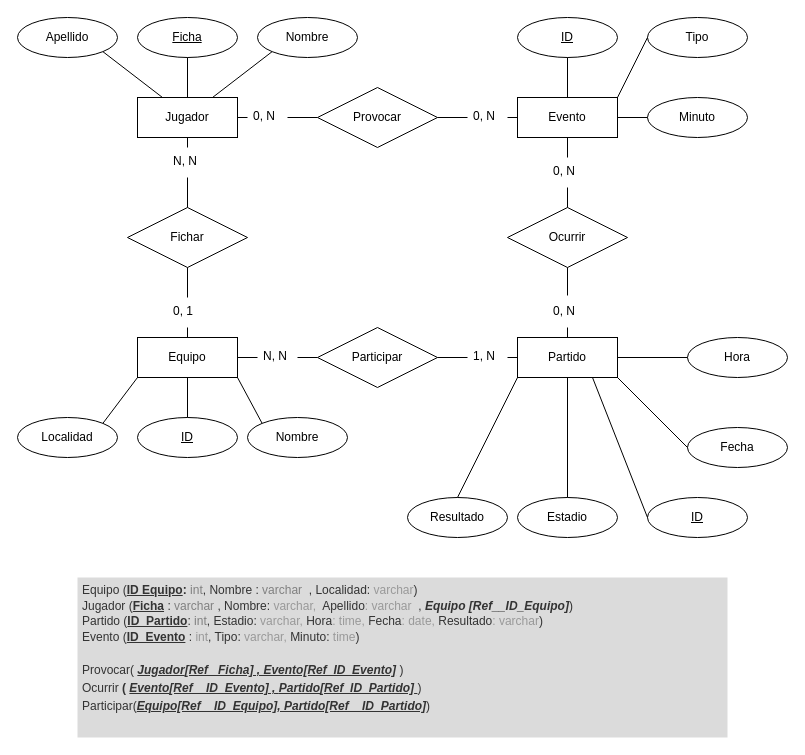
jordimall/jmg-tsys-ta12diagramasER-drawio-111023 keeps this draw.io diagram as Diagramas/Actividad_10_C3_UD12.drawio. Above is the earlier version. Source tidied: cells renumbered, new cells numbered last; positions are measured from the earlier drawing's top-left corner, leaving out a move shared by most shapes. Both pictures are drawn from the tidied source at 100%, with x=0, y=0 at pixel (17, 17).
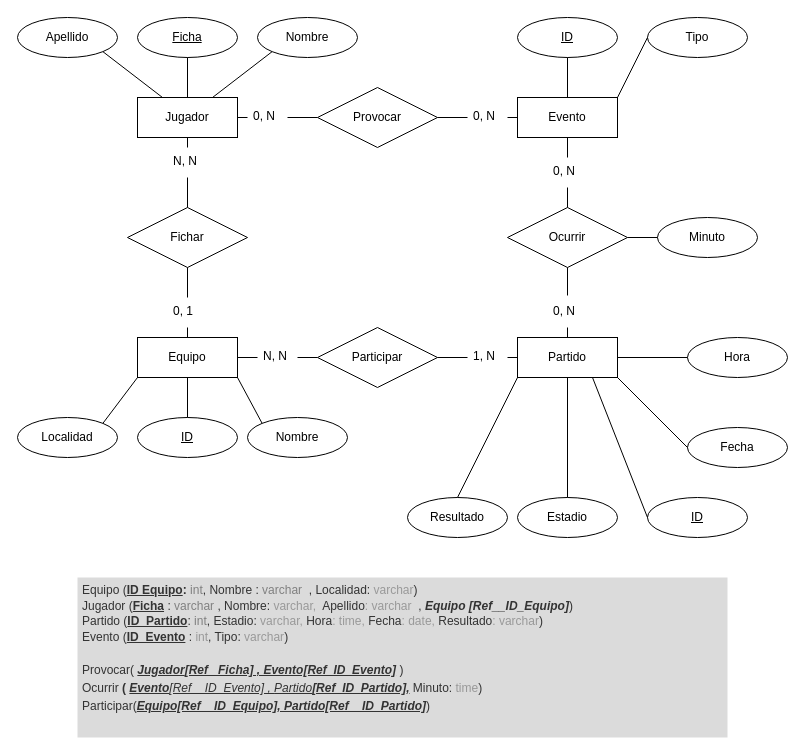
The same diagram, later.

Unchanged cells that the change refers to:
```xml
<mxCell id="24" value="Ocurrir" style="shape=rhombus;perimeter=rhombusPerimeter;whiteSpace=wrap;html=1;align=center;" parent="1" vertex="1">
  <mxGeometry x="490" y="190" width="120" height="60" as="geometry" />
</mxCell>
<mxCell id="25" value="Evento" style="whiteSpace=wrap;html=1;align=center;" parent="1" vertex="1">
  <mxGeometry x="500" y="80" width="100" height="40" as="geometry" />
</mxCell>
```

Diff of the diagram source:
```diff
@@
     <mxCell id="27" value="Minuto" style="ellipse;whiteSpace=wrap;html=1;align=center;" parent="1" vertex="1">
-      <mxGeometry x="630" y="80" width="100" height="40" as="geometry" />
+      <mxGeometry x="640" y="200" width="100" height="40" as="geometry" />
     </mxCell>
@@
-    <mxCell id="61" style="endArrow=none;html=1;rounded=0;exitX=1;exitY=0.5;exitDx=0;exitDy=0;entryX=0;entryY=0.5;entryDx=0;entryDy=0;" parent="1" edge="1" source="25" target="27">
+    <mxCell id="61" style="endArrow=none;html=1;rounded=0;exitX=1;exitY=0.5;exitDx=0;exitDy=0;entryX=0;entryY=0.5;entryDx=0;entryDy=0;" parent="1" edge="1" source="24" target="27">
       <mxGeometry relative="1" as="geometry" />
     </mxCell>
-    <mxCell id="62" value="&lt;h1 style=&quot;line-height: 150%;&quot;&gt;&lt;div style=&quot;border-color: var(--border-color); font-size: 12px; line-height: 130%;&quot;&gt;&lt;font style=&quot;border-color: var(--border-color);&quot;&gt;&lt;span style=&quot;border-color: var(--border-color);&quot;&gt;&lt;span style=&quot;border-color: var(--border-color);&quot;&gt;&lt;span style=&quot;font-weight: 400;&quot;&gt;Equipo (&lt;/span&gt;&lt;u style=&quot;&quot;&gt;ID Equipo&lt;/u&gt;&lt;/span&gt;&lt;span style=&quot;border-color: var(--border-color);&quot;&gt;:&lt;/span&gt;&lt;font style=&quot;font-weight: 400; border-color: var(--border-color);&quot; color=&quot;#808080&quot;&gt;&amp;nbsp;int&lt;/font&gt;&lt;span style=&quot;font-weight: 400;&quot;&gt;, Nombre : &lt;font color=&quot;#808080&quot;&gt;varchar&lt;/font&gt;&lt;/span&gt;&lt;span style=&quot;font-weight: 400;&quot;&gt;&amp;nbsp; , Localidad: &lt;font color=&quot;#999999&quot;&gt;varchar&lt;/font&gt;&lt;/span&gt;&lt;span style=&quot;font-weight: 400;&quot;&gt;)&lt;/span&gt;&lt;br&gt;&lt;/span&gt;&lt;/font&gt;&lt;/div&gt;&lt;div style=&quot;border-color: var(--border-color); font-size: 12px; line-height: 130%;&quot;&gt;&lt;font style=&quot;border-color: var(--border-color);&quot;&gt;&lt;span style=&quot;border-color: var(--border-color);&quot;&gt;&lt;span style=&quot;border-color: var(--border-color);&quot;&gt;&lt;span style=&quot;font-weight: 400;&quot;&gt;Jugador (&lt;/span&gt;&lt;u&gt;Ficha&lt;/u&gt;&lt;/span&gt;&lt;span style=&quot;font-weight: 400; border-color: var(--border-color);&quot;&gt;&amp;nbsp;&lt;/span&gt;&lt;span style=&quot;font-weight: 400; border-color: var(--border-color);&quot;&gt;: &lt;font color=&quot;#808080&quot;&gt;varchar&lt;/font&gt;&lt;/span&gt;&lt;span style=&quot;border-color: var(--border-color);&quot;&gt;&lt;span style=&quot;font-weight: 400;&quot;&gt;&amp;nbsp;, Nombre: &lt;/span&gt;&lt;font style=&quot;font-weight: 400;&quot; color=&quot;#999999&quot;&gt;varchar,&amp;nbsp; &lt;/font&gt;&lt;span style=&quot;font-weight: 400;&quot;&gt;Apellido&lt;/span&gt;&lt;font style=&quot;font-weight: 400;&quot; color=&quot;#999999&quot;&gt;: varchar&lt;/font&gt;&lt;span style=&quot;font-weight: 400;&quot;&gt;&amp;nbsp; , &lt;/span&gt;&lt;i style=&quot;&quot;&gt;Equipo [Ref__ID_Equipo]&lt;/i&gt;&lt;/span&gt;&lt;span style=&quot;border-color: var(--border-color);&quot;&gt;&lt;span style=&quot;font-weight: 400;&quot;&gt;)&amp;nbsp;&lt;/span&gt;&lt;/span&gt;&lt;/span&gt;&lt;/font&gt;&lt;/div&gt;&lt;div style=&quot;border-color: var(--border-color); font-size: 12px; line-height: 130%;&quot;&gt;&lt;font style=&quot;border-color: var(--border-color);&quot;&gt;&lt;span style=&quot;border-color: var(--border-color);&quot;&gt;&lt;span style=&quot;font-weight: 400;&quot;&gt;Partido (&lt;/span&gt;&lt;u&gt;ID_Partido&lt;/u&gt;&lt;/span&gt;&lt;span style=&quot;font-weight: 400;&quot;&gt;: &lt;font color=&quot;#808080&quot;&gt;int&lt;/font&gt;&lt;/span&gt;&lt;b style=&quot;font-weight: 400; border-color: var(--border-color);&quot;&gt;,&lt;/b&gt;&lt;span style=&quot;font-weight: 400;&quot;&gt;&amp;nbsp;Estadio: &lt;font color=&quot;#999999&quot;&gt;varchar, &lt;/font&gt;Hora&lt;font color=&quot;#999999&quot;&gt;: time, &lt;/font&gt;Fecha&lt;font color=&quot;#999999&quot;&gt;: date, &lt;/font&gt;Resultado&lt;font color=&quot;#999999&quot;&gt;: varchar&lt;/font&gt;&lt;/span&gt;&lt;span style=&quot;font-weight: 400;&quot;&gt;)&amp;nbsp;&lt;/span&gt;&lt;/font&gt;&lt;/div&gt;&lt;div style=&quot;border-color: var(--border-color); font-size: 12px; line-height: 130%;&quot;&gt;&lt;span style=&quot;background-color: initial; font-weight: 400; border-color: var(--border-color);&quot;&gt;Evento (&lt;/span&gt;&lt;span style=&quot;background-color: initial; border-color: var(--border-color);&quot;&gt;&lt;u&gt;ID_Evento&lt;/u&gt;&lt;/span&gt;&lt;span style=&quot;background-color: initial; font-weight: 400; border-color: var(--border-color);&quot;&gt;&amp;nbsp;:&lt;font color=&quot;#999999&quot;&gt;&amp;nbsp;int&lt;/font&gt;, Tipo:&lt;font color=&quot;#999999&quot;&gt;&amp;nbsp;varchar, &lt;/font&gt;Minuto:&lt;font color=&quot;#999999&quot;&gt; time&lt;/font&gt;&lt;/span&gt;&lt;span style=&quot;background-color: initial;&quot;&gt;&lt;span style=&quot;font-weight: 400;&quot;&gt;)&lt;/span&gt;&lt;i style=&quot;&quot;&gt;&lt;font style=&quot;&quot; color=&quot;#000000&quot;&gt;&amp;nbsp;&lt;/font&gt;&lt;/i&gt;&lt;/span&gt;&lt;/div&gt;&lt;div style=&quot;border-color: var(--border-color); font-size: 12px; line-height: 130%;&quot;&gt;&lt;span style=&quot;background-color: initial; font-weight: 400;&quot;&gt;&lt;br&gt;&lt;/span&gt;&lt;/div&gt;&lt;div style=&quot;border-color: var(--border-color); font-weight: 400; font-size: 12px; line-height: 150%;&quot;&gt;&lt;/div&gt;&lt;span style=&quot;border-color: var(--border-color); font-size: 12px;&quot;&gt;&lt;div style=&quot;border-color: var(--border-color); line-height: 150%;&quot;&gt;&lt;font style=&quot;border-color: var(--border-color);&quot;&gt;&lt;b style=&quot;font-style: normal; font-weight: 400; border-color: var(--border-color);&quot;&gt;Provocar(&lt;/b&gt;&lt;b style=&quot;font-style: normal; font-weight: 400; border-color: var(--border-color);&quot;&gt;&amp;nbsp;&lt;/b&gt;&lt;span style=&quot;border-color: var(--border-color);&quot;&gt;&lt;i&gt;&lt;u&gt;Jugador&lt;/u&gt;&lt;/i&gt;&lt;/span&gt;&lt;/font&gt;&lt;span style=&quot;font-weight: 400; background-color: initial; border-color: var(--border-color);&quot;&gt;&lt;b style=&quot;border-color: var(--border-color);&quot;&gt;&lt;u style=&quot;&quot;&gt;&lt;i&gt;[Ref_ Ficha] , Evento[Ref_ID_Evento]&lt;/i&gt;&lt;/u&gt;&lt;/b&gt;&lt;/span&gt;&lt;span style=&quot;font-weight: 400; background-color: initial;&quot;&gt;&lt;i&gt;&amp;nbsp;&lt;/i&gt;&lt;/span&gt;&lt;span style=&quot;font-style: normal; font-weight: 400; background-color: initial;&quot;&gt;)&lt;/span&gt;&lt;/div&gt;&lt;div style=&quot;border-color: var(--border-color); line-height: 150%;&quot;&gt;&lt;span style=&quot;font-style: normal;&quot;&gt;&lt;span style=&quot;font-weight: normal;&quot;&gt;Ocurrir&amp;nbsp;&lt;/span&gt;( &lt;/span&gt;&lt;i&gt;&lt;u&gt;Evento&lt;/u&gt;&lt;/i&gt;&lt;span style=&quot;background-color: initial; font-weight: normal; border-color: var(--border-color);&quot;&gt;&lt;span style=&quot;border-color: var(--border-color); background-color: initial;&quot;&gt;&lt;i&gt;&lt;b style=&quot;text-decoration-line: underline; border-color: var(--border-color);&quot;&gt;[Ref__ID_Evento] , &lt;/b&gt;&lt;b style=&quot;text-decoration-line: underline; border-color: var(--border-color);&quot;&gt;Partido&lt;/b&gt;&lt;b style=&quot;text-decoration-line: underline; border-color: var(--border-color);&quot;&gt;[Ref_ID_Partido]&lt;/b&gt;&lt;/i&gt;&lt;/span&gt;&lt;span style=&quot;text-decoration-line: underline; font-style: normal; border-color: var(--border-color); background-color: initial;&quot;&gt;&amp;nbsp;&lt;/span&gt;&lt;/span&gt;&lt;span style=&quot;font-style: normal; background-color: initial; font-weight: normal;&quot;&gt;)&amp;nbsp;&lt;/span&gt;&lt;/div&gt;&lt;div style=&quot;border-color: var(--border-color); line-height: 150%;&quot;&gt;&lt;span style=&quot;font-style: normal; background-color: initial; font-weight: normal;&quot;&gt;Participar(&lt;/span&gt;&lt;span style=&quot;background-color: initial;&quot;&gt;&lt;i&gt;&lt;u&gt;Equipo[Ref__ID_Equipo], Partido[Ref__ID_Partido]&lt;/u&gt;&lt;/i&gt;&lt;/span&gt;&lt;span style=&quot;font-style: normal; background-color: initial; font-weight: normal;&quot;&gt;)&lt;/span&gt;&lt;/div&gt;&lt;/span&gt;&lt;/h1&gt;" style="text;html=1;strokeColor=none;fillColor=#dbdbdb;spacing=5;spacingTop=-20;whiteSpace=wrap;overflow=hidden;rounded=0;fontColor=#333333;" parent="1" vertex="1">
+    <mxCell id="62" value="&lt;h1 style=&quot;line-height: 150%;&quot;&gt;&lt;div style=&quot;border-color: var(--border-color); font-size: 12px; line-height: 130%;&quot;&gt;&lt;font style=&quot;border-color: var(--border-color);&quot;&gt;&lt;span style=&quot;border-color: var(--border-color);&quot;&gt;&lt;span style=&quot;border-color: var(--border-color);&quot;&gt;&lt;span style=&quot;font-weight: 400;&quot;&gt;Equipo (&lt;/span&gt;&lt;u style=&quot;&quot;&gt;ID Equipo&lt;/u&gt;&lt;/span&gt;&lt;span style=&quot;border-color: var(--border-color);&quot;&gt;:&lt;/span&gt;&lt;font style=&quot;font-weight: 400; border-color: var(--border-color);&quot; color=&quot;#808080&quot;&gt;&amp;nbsp;int&lt;/font&gt;&lt;span style=&quot;font-weight: 400;&quot;&gt;, Nombre : &lt;font color=&quot;#808080&quot;&gt;varchar&lt;/font&gt;&lt;/span&gt;&lt;span style=&quot;font-weight: 400;&quot;&gt;&amp;nbsp; , Localidad: &lt;font color=&quot;#999999&quot;&gt;varchar&lt;/font&gt;&lt;/span&gt;&lt;span style=&quot;font-weight: 400;&quot;&gt;)&lt;/span&gt;&lt;br&gt;&lt;/span&gt;&lt;/font&gt;&lt;/div&gt;&lt;div style=&quot;border-color: var(--border-color); font-size: 12px; line-height: 130%;&quot;&gt;&lt;font style=&quot;border-color: var(--border-color);&quot;&gt;&lt;span style=&quot;border-color: var(--border-color);&quot;&gt;&lt;span style=&quot;border-color: var(--border-color);&quot;&gt;&lt;span style=&quot;font-weight: 400;&quot;&gt;Jugador (&lt;/span&gt;&lt;u&gt;Ficha&lt;/u&gt;&lt;/span&gt;&lt;span style=&quot;font-weight: 400; border-color: var(--border-color);&quot;&gt;&amp;nbsp;&lt;/span&gt;&lt;span style=&quot;font-weight: 400; border-color: var(--border-color);&quot;&gt;: &lt;font color=&quot;#808080&quot;&gt;varchar&lt;/font&gt;&lt;/span&gt;&lt;span style=&quot;border-color: var(--border-color);&quot;&gt;&lt;span style=&quot;font-weight: 400;&quot;&gt;&amp;nbsp;, Nombre: &lt;/span&gt;&lt;font style=&quot;font-weight: 400;&quot; color=&quot;#999999&quot;&gt;varchar,&amp;nbsp; &lt;/font&gt;&lt;span style=&quot;font-weight: 400;&quot;&gt;Apellido&lt;/span&gt;&lt;font style=&quot;font-weight: 400;&quot; color=&quot;#999999&quot;&gt;: varchar&lt;/font&gt;&lt;span style=&quot;font-weight: 400;&quot;&gt;&amp;nbsp; , &lt;/span&gt;&lt;i style=&quot;&quot;&gt;Equipo [Ref__ID_Equipo]&lt;/i&gt;&lt;/span&gt;&lt;span style=&quot;border-color: var(--border-color);&quot;&gt;&lt;span style=&quot;font-weight: 400;&quot;&gt;)&amp;nbsp;&lt;/span&gt;&lt;/span&gt;&lt;/span&gt;&lt;/font&gt;&lt;/div&gt;&lt;div style=&quot;border-color: var(--border-color); font-size: 12px; line-height: 130%;&quot;&gt;&lt;font style=&quot;border-color: var(--border-color);&quot;&gt;&lt;span style=&quot;border-color: var(--border-color);&quot;&gt;&lt;span style=&quot;font-weight: 400;&quot;&gt;Partido (&lt;/span&gt;&lt;u&gt;ID_Partido&lt;/u&gt;&lt;/span&gt;&lt;span style=&quot;font-weight: 400;&quot;&gt;: &lt;font color=&quot;#808080&quot;&gt;int&lt;/font&gt;&lt;/span&gt;&lt;b style=&quot;font-weight: 400; border-color: var(--border-color);&quot;&gt;,&lt;/b&gt;&lt;span style=&quot;font-weight: 400;&quot;&gt;&amp;nbsp;Estadio: &lt;font color=&quot;#999999&quot;&gt;varchar, &lt;/font&gt;Hora&lt;font color=&quot;#999999&quot;&gt;: time, &lt;/font&gt;Fecha&lt;font color=&quot;#999999&quot;&gt;: date, &lt;/font&gt;Resultado&lt;font color=&quot;#999999&quot;&gt;: varchar&lt;/font&gt;&lt;/span&gt;&lt;span style=&quot;font-weight: 400;&quot;&gt;)&amp;nbsp;&lt;/span&gt;&lt;/font&gt;&lt;/div&gt;&lt;div style=&quot;border-color: var(--border-color); font-size: 12px; line-height: 130%;&quot;&gt;&lt;span style=&quot;background-color: initial; font-weight: 400; border-color: var(--border-color);&quot;&gt;Evento (&lt;/span&gt;&lt;span style=&quot;background-color: initial; border-color: var(--border-color);&quot;&gt;&lt;u&gt;ID_Evento&lt;/u&gt;&lt;/span&gt;&lt;span style=&quot;background-color: initial; font-weight: 400; border-color: var(--border-color);&quot;&gt;&amp;nbsp;:&lt;font color=&quot;#999999&quot;&gt;&amp;nbsp;int&lt;/font&gt;, Tipo:&lt;font color=&quot;#999999&quot;&gt;&amp;nbsp;varchar&lt;/font&gt;&lt;/span&gt;&lt;span style=&quot;background-color: initial;&quot;&gt;&lt;span style=&quot;font-weight: 400;&quot;&gt;)&lt;/span&gt;&lt;i style=&quot;&quot;&gt;&lt;font style=&quot;&quot; color=&quot;#000000&quot;&gt;&amp;nbsp;&lt;/font&gt;&lt;/i&gt;&lt;/span&gt;&lt;/div&gt;&lt;div style=&quot;border-color: var(--border-color); font-size: 12px; line-height: 130%;&quot;&gt;&lt;span style=&quot;background-color: initial; font-weight: 400;&quot;&gt;&lt;br&gt;&lt;/span&gt;&lt;/div&gt;&lt;div style=&quot;border-color: var(--border-color); font-weight: 400; font-size: 12px; line-height: 150%;&quot;&gt;&lt;/div&gt;&lt;span style=&quot;border-color: var(--border-color); font-size: 12px;&quot;&gt;&lt;div style=&quot;border-color: var(--border-color); line-height: 150%;&quot;&gt;&lt;font style=&quot;border-color: var(--border-color);&quot;&gt;&lt;b style=&quot;font-style: normal; font-weight: 400; border-color: var(--border-color);&quot;&gt;Provocar(&lt;/b&gt;&lt;b style=&quot;font-style: normal; font-weight: 400; border-color: var(--border-color);&quot;&gt;&amp;nbsp;&lt;/b&gt;&lt;span style=&quot;border-color: var(--border-color);&quot;&gt;&lt;i&gt;&lt;u&gt;Jugador&lt;/u&gt;&lt;/i&gt;&lt;/span&gt;&lt;/font&gt;&lt;span style=&quot;font-weight: 400; background-color: initial; border-color: var(--border-color);&quot;&gt;&lt;b style=&quot;border-color: var(--border-color);&quot;&gt;&lt;u style=&quot;&quot;&gt;&lt;i&gt;[Ref_ Ficha] , Evento[Ref_ID_Evento]&lt;/i&gt;&lt;/u&gt;&lt;/b&gt;&lt;/span&gt;&lt;span style=&quot;font-weight: 400; background-color: initial;&quot;&gt;&lt;i&gt;&amp;nbsp;&lt;/i&gt;&lt;/span&gt;&lt;span style=&quot;font-style: normal; font-weight: 400; background-color: initial;&quot;&gt;)&lt;/span&gt;&lt;/div&gt;&lt;div style=&quot;border-color: var(--border-color); line-height: 150%;&quot;&gt;&lt;span style=&quot;font-style: normal;&quot;&gt;&lt;span style=&quot;font-weight: normal;&quot;&gt;Ocurrir&amp;nbsp;&lt;/span&gt;( &lt;/span&gt;&lt;i&gt;&lt;u&gt;Evento&lt;/u&gt;&lt;/i&gt;&lt;span style=&quot;background-color: initial; border-color: var(--border-color);&quot;&gt;&lt;span style=&quot;border-color: var(--border-color); background-color: initial;&quot;&gt;&lt;b style=&quot;font-weight: normal; font-style: italic; text-decoration-line: underline; border-color: var(--border-color);&quot;&gt;[Ref__ID_Evento] , &lt;/b&gt;&lt;b style=&quot;font-weight: normal; font-style: italic; text-decoration-line: underline; border-color: var(--border-color);&quot;&gt;Partido&lt;/b&gt;&lt;span style=&quot;border-color: var(--border-color);&quot;&gt;&lt;i style=&quot;text-decoration-line: underline; font-weight: bold;&quot;&gt;[Ref_ID_Partido],&lt;/i&gt;&lt;i style=&quot;font-weight: bold;&quot;&gt; &lt;/i&gt;&lt;span style=&quot;font-weight: normal;&quot;&gt;Minuto: &lt;font color=&quot;#999999&quot;&gt;time&lt;/font&gt;&lt;/span&gt;&lt;/span&gt;&lt;/span&gt;&lt;/span&gt;&lt;span style=&quot;font-style: normal; background-color: initial; font-weight: normal;&quot;&gt;)&amp;nbsp;&lt;/span&gt;&lt;/div&gt;&lt;div style=&quot;border-color: var(--border-color); line-height: 150%;&quot;&gt;&lt;span style=&quot;font-style: normal; background-color: initial; font-weight: normal;&quot;&gt;Participar(&lt;/span&gt;&lt;span style=&quot;background-color: initial;&quot;&gt;&lt;i&gt;&lt;u&gt;Equipo[Ref__ID_Equipo], Partido[Ref__ID_Partido]&lt;/u&gt;&lt;/i&gt;&lt;/span&gt;&lt;span style=&quot;font-style: normal; background-color: initial; font-weight: normal;&quot;&gt;)&lt;/span&gt;&lt;/div&gt;&lt;/span&gt;&lt;/h1&gt;" style="text;html=1;strokeColor=none;fillColor=#dbdbdb;spacing=5;spacingTop=-20;whiteSpace=wrap;overflow=hidden;rounded=0;fontColor=#333333;" parent="1" vertex="1">
       <mxGeometry x="60" y="560" width="650" height="160" as="geometry" />
     </mxCell>
```
